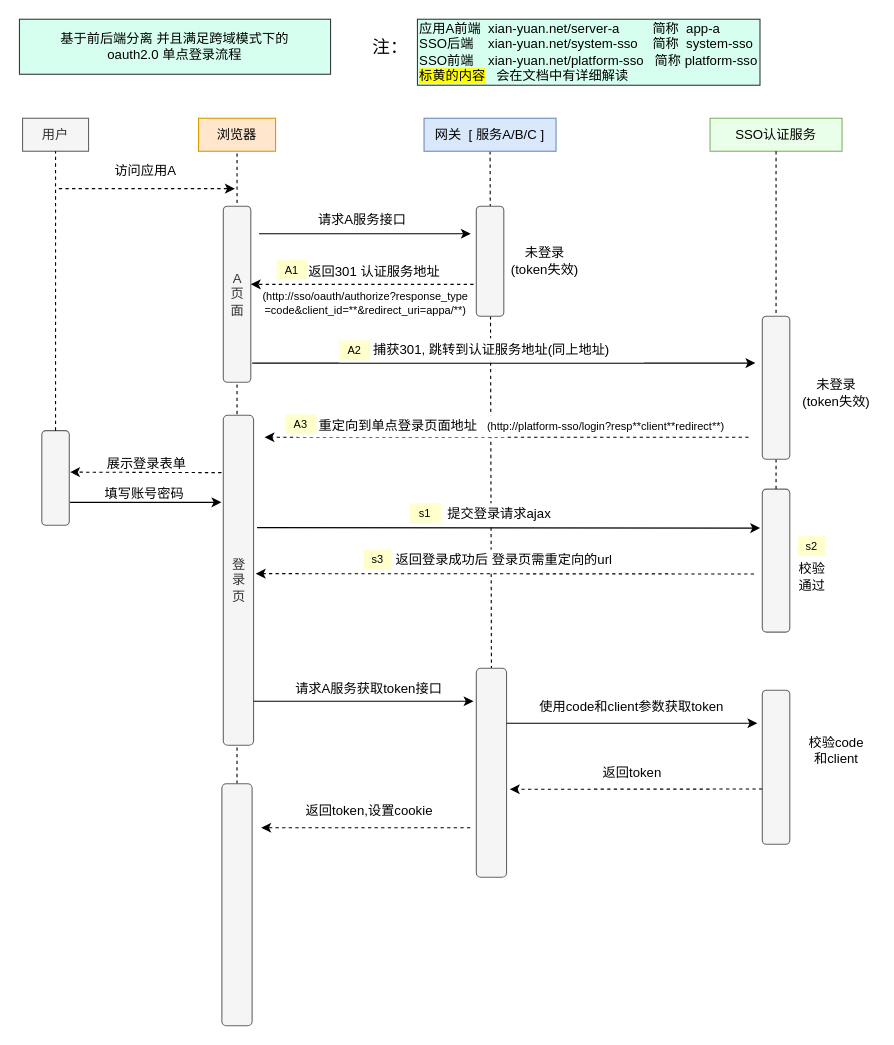
Before: drawio/sso.drawio in simon2190/tools, a draw.io diagram. Source tidied: cells renumbered, new cells numbered last; positions are measured from the earlier drawing's top-left corner, leaving out a move shared by most shapes. Both pictures are drawn from the tidied source at 110%, with x=0, y=0 at pixel (19, 19).
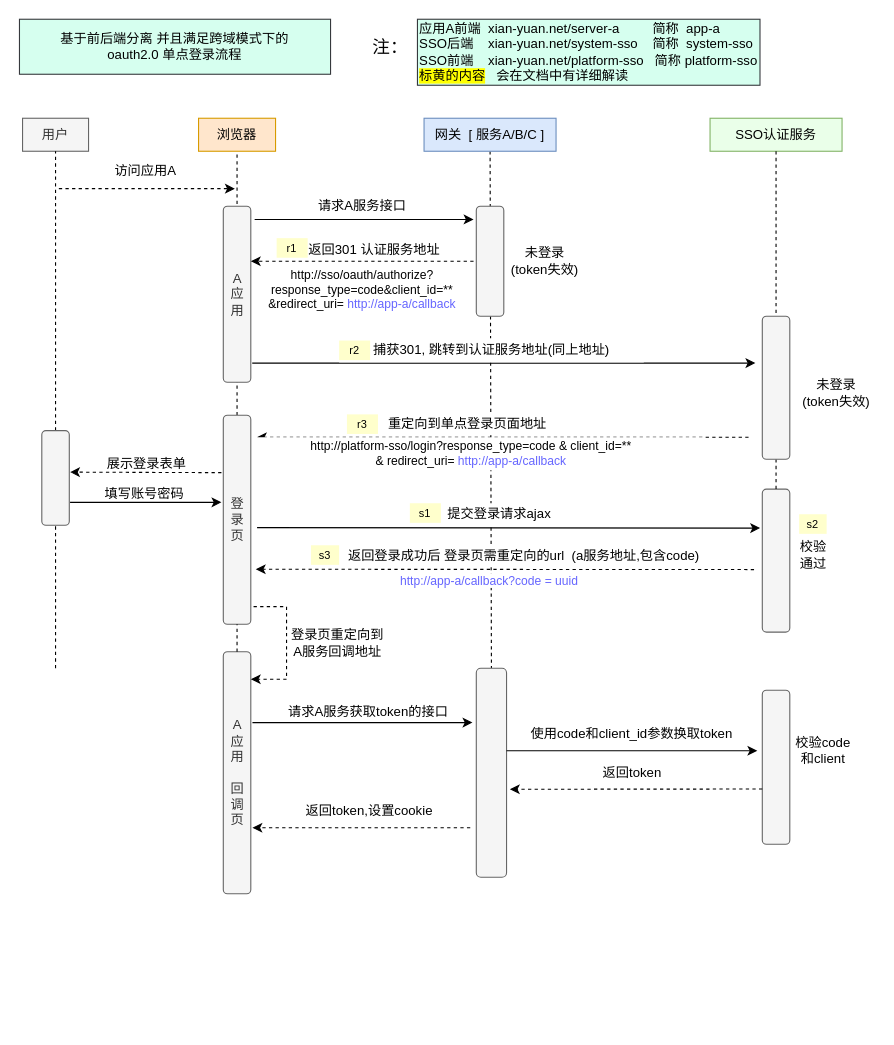
Above is the later version.

Unchanged cells that the change refers to:
```xml
<mxCell id="2" value="用户" style="rounded=0;whiteSpace=wrap;html=1;fillColor=#f5f5f5;fontColor=#333333;strokeColor=#666666;" parent="1" vertex="1">
  <mxGeometry x="3" y="90" width="60" height="30" as="geometry" />
</mxCell>
<mxCell id="3" value="浏览器" style="rounded=0;whiteSpace=wrap;html=1;fillColor=#ffe6cc;strokeColor=#d79b00;" parent="1" vertex="1">
  <mxGeometry x="163" y="90" width="70" height="30" as="geometry" />
</mxCell>
```

Change to the diagram source:
```diff
@@
-    <mxCell id="7" style="rounded=1;whiteSpace=wrap;html=1;fillColor=#f5f5f5;fontColor=#333333;strokeColor=#666666;" parent="1" vertex="1">
-      <mxGeometry x="20.5" y="374" width="25" height="86" as="geometry" />
-    </mxCell>
-    <mxCell id="8" style="endArrow=none;dashed=1;html=1;entryX=0.5;entryY=1;entryDx=0;entryDy=0;exitX=0.5;exitY=0;exitDx=0;exitDy=0;" parent="1" edge="1" source="7" target="2">
-      <mxGeometry relative="1" as="geometry" />
+    <mxCell id="8" style="endArrow=none;dashed=1;html=1;entryX=0.5;entryY=1;entryDx=0;entryDy=0;" parent="1" edge="1" target="2">
+      <mxGeometry relative="1" as="geometry">
+        <mxPoint x="33" y="590" as="sourcePoint" />
+      </mxGeometry>
     </mxCell>
-    <mxCell id="9" style="edgeStyle=none;html=1;entryX=0.5;entryY=1;entryDx=0;entryDy=0;dashed=1;endArrow=none;endFill=0;" parent="1" edge="1" source="46" target="3">
+    <mxCell id="9" style="edgeStyle=none;html=1;entryX=0.5;entryY=1;entryDx=0;entryDy=0;dashed=1;endArrow=none;endFill=0;startArrow=none;" parent="1" edge="1" source="19" target="3">
       <mxGeometry relative="1" as="geometry" />
     </mxCell>
-    <mxCell id="10" value="A&lt;br&gt;页面" style="rounded=1;whiteSpace=wrap;html=1;fillColor=#f5f5f5;fontColor=#333333;strokeColor=#666666;" parent="1" vertex="1">
+    <mxCell id="10" value="A&lt;br&gt;应用" style="rounded=1;whiteSpace=wrap;html=1;fillColor=#f5f5f5;fontColor=#333333;strokeColor=#666666;" parent="1" vertex="1">
       <mxGeometry x="185.5" y="170" width="25" height="160" as="geometry" />
     </mxCell>
@@
     <mxCell id="14" style="endArrow=classic;html=1;entryX=0;entryY=0.25;entryDx=0;entryDy=0;" parent="1" edge="1">
       <mxGeometry relative="1" as="geometry">
-        <mxPoint x="218" y="195" as="sourcePoint" />
-        <mxPoint x="410.5" y="195" as="targetPoint" />
+        <mxPoint x="214" y="182" as="sourcePoint" />
+        <mxPoint x="413" y="182" as="targetPoint" />
       </mxGeometry>
     </mxCell>
     <mxCell id="15" value="请求A服务接口" style="text;html=1;strokeColor=none;fillColor=none;align=center;verticalAlign=middle;whiteSpace=wrap;rounded=0;" parent="1" vertex="1">
-      <mxGeometry x="262" y="173" width="100" height="20" as="geometry" />
+      <mxGeometry x="262" y="160" width="100" height="20" as="geometry" />
     </mxCell>
     <mxCell id="16" style="endArrow=classic;html=1;dashed=1;exitX=0;exitY=0.75;exitDx=0;exitDy=0;entryX=1;entryY=0.75;entryDx=0;entryDy=0;" parent="1" edge="1">
       <mxGeometry relative="1" as="geometry">
-        <mxPoint x="413" y="241" as="sourcePoint" />
-        <mxPoint x="210.5" y="241" as="targetPoint" />
+        <mxPoint x="413" y="220" as="sourcePoint" />
+        <mxPoint x="210.5" y="220" as="targetPoint" />
       </mxGeometry>
     </mxCell>
@@
     <mxCell id="18" value="返回301 认证服务地址" style="text;html=1;strokeColor=none;fillColor=none;align=center;verticalAlign=middle;whiteSpace=wrap;rounded=0;" parent="1" vertex="1">
-      <mxGeometry x="252.8" y="219" width="140" height="21" as="geometry" />
+      <mxGeometry x="252.8" y="199" width="140" height="21" as="geometry" />
     </mxCell>
-    <mxCell id="19" value="登&lt;br&gt;录&lt;br&gt;页" style="rounded=1;whiteSpace=wrap;html=1;fillColor=#f5f5f5;fontColor=#333333;strokeColor=#666666;" parent="1" vertex="1">
-      <mxGeometry x="185.5" y="360" width="27.5" height="300" as="geometry" />
-    </mxCell>
@@
     <mxCell id="23" style="endArrow=classic;html=1;dashed=1;" parent="1" edge="1">
       <mxGeometry relative="1" as="geometry">
         <mxPoint x="663" y="380" as="sourcePoint" />
-        <mxPoint x="223" y="380" as="targetPoint" />
+        <mxPoint x="216" y="380" as="targetPoint" />
       </mxGeometry>
     </mxCell>
     <mxCell id="24" value="重定向到单点登录页面地址&amp;nbsp;&amp;nbsp;" style="text;html=1;strokeColor=none;fillColor=#FFFFFF;align=center;verticalAlign=middle;whiteSpace=wrap;rounded=0;" parent="1" vertex="1">
-      <mxGeometry x="253" y="360" width="190" height="20" as="geometry" />
+      <mxGeometry x="315.5" y="358.1" width="190" height="20" as="geometry" />
     </mxCell>
@@
     <mxCell id="32" value="校验通过" style="text;html=1;strokeColor=none;fillColor=none;align=left;verticalAlign=middle;whiteSpace=wrap;rounded=0;" parent="1" vertex="1">
-      <mxGeometry x="707" y="482.2" width="32.5" height="50" as="geometry" />
+      <mxGeometry x="708" y="462.2" width="32.5" height="50" as="geometry" />
     </mxCell>
     <mxCell id="33" style="endArrow=classic;html=1;dashed=1;entryX=1.084;entryY=0.275;entryDx=0;entryDy=0;entryPerimeter=0;" parent="1" edge="1">
       <mxGeometry relative="1" as="geometry">
-        <mxPoint x="668" y="504.3" as="sourcePoint" />
-        <mxPoint x="215" y="504" as="targetPoint" />
+        <mxPoint x="668" y="500.3" as="sourcePoint" />
+        <mxPoint x="215" y="500" as="targetPoint" />
       </mxGeometry>
     </mxCell>
@@
     <mxCell id="38" style="endArrow=classic;html=1;" parent="1" edge="1">
       <mxGeometry relative="1" as="geometry">
-        <mxPoint x="213" y="620" as="sourcePoint" />
-        <mxPoint x="413" y="620" as="targetPoint" />
+        <mxPoint x="212" y="639.4" as="sourcePoint" />
+        <mxPoint x="412" y="639.4" as="targetPoint" />
       </mxGeometry>
     </mxCell>
-    <mxCell id="39" value="请求A服务获取token接口" style="text;html=1;strokeColor=none;fillColor=none;align=center;verticalAlign=middle;whiteSpace=wrap;rounded=0;" parent="1" vertex="1">
-      <mxGeometry x="223" y="599" width="190" height="20" as="geometry" />
+    <mxCell id="39" value="请求A服务获取token的接口" style="text;html=1;strokeColor=none;fillColor=none;align=center;verticalAlign=middle;whiteSpace=wrap;rounded=0;" parent="1" vertex="1">
+      <mxGeometry x="241.8" y="620" width="151" height="20" as="geometry" />
     </mxCell>
@@
     <mxCell id="41" style="endArrow=classic;html=1;" parent="1" edge="1">
       <mxGeometry relative="1" as="geometry">
-        <mxPoint x="443" y="640" as="sourcePoint" />
-        <mxPoint x="671" y="640" as="targetPoint" />
+        <mxPoint x="443" y="665" as="sourcePoint" />
+        <mxPoint x="671" y="665" as="targetPoint" />
       </mxGeometry>
     </mxCell>
-    <mxCell id="42" value="使用code和client参数获取token" style="text;html=1;strokeColor=none;fillColor=none;align=center;verticalAlign=middle;whiteSpace=wrap;rounded=0;" parent="1" vertex="1">
-      <mxGeometry x="462" y="615" width="190" height="20" as="geometry" />
+    <mxCell id="42" value="使用code和client_id参数换取token" style="text;html=1;strokeColor=none;fillColor=none;align=center;verticalAlign=middle;whiteSpace=wrap;rounded=0;" parent="1" vertex="1">
+      <mxGeometry x="462" y="640" width="190" height="20" as="geometry" />
     </mxCell>
     <mxCell id="43" value="校验code和client" style="text;html=1;strokeColor=none;fillColor=none;align=center;verticalAlign=middle;whiteSpace=wrap;rounded=0;" parent="1" vertex="1">
-      <mxGeometry x="713" y="650" width="60" height="30" as="geometry" />
+      <mxGeometry x="700.5" y="650" width="60" height="30" as="geometry" />
     </mxCell>
@@
-    <mxCell id="46" style="rounded=1;whiteSpace=wrap;html=1;fillColor=#f5f5f5;fontColor=#333333;strokeColor=#666666;" parent="1" vertex="1">
-      <mxGeometry x="184.2" y="695" width="27.5" height="220" as="geometry" />
+    <mxCell id="46" value="A&lt;br&gt;应&lt;br&gt;用&lt;br&gt;&lt;br&gt;回调页" style="rounded=1;whiteSpace=wrap;html=1;fillColor=#f5f5f5;fontColor=#333333;strokeColor=#666666;" parent="1" vertex="1">
+      <mxGeometry x="185.5" y="575" width="25" height="220" as="geometry" />
     </mxCell>
     <mxCell id="47" style="endArrow=classic;html=1;dashed=1;" parent="1" edge="1">
       <mxGeometry relative="1" as="geometry">
         <mxPoint x="410" y="735" as="sourcePoint" />
-        <mxPoint x="220" y="735" as="targetPoint" />
+        <mxPoint x="212" y="735" as="targetPoint" />
       </mxGeometry>
     </mxCell>
@@
-    <mxCell id="50" value="返回登录成功后 登录页需重定向的url" style="text;html=1;strokeColor=none;fillColor=#FFFFFF;align=center;verticalAlign=middle;whiteSpace=wrap;rounded=0;" parent="1" vertex="1">
-      <mxGeometry x="285" y="482.2" width="312" height="20" as="geometry" />
+    <mxCell id="50" value="返回登录成功后 登录页需重定向的url&amp;nbsp; (a服务地址,包含code)" style="text;html=1;strokeColor=none;fillColor=#FFFFFF;align=center;verticalAlign=middle;whiteSpace=wrap;rounded=0;" parent="1" vertex="1">
+      <mxGeometry x="285" y="478.2" width="348" height="20" as="geometry" />
     </mxCell>
@@
     <mxCell id="52" value="s2" style="text;html=1;strokeColor=none;fillColor=#FFFFCC;align=center;verticalAlign=middle;whiteSpace=wrap;rounded=0;shadow=0;sketch=0;fontSize=10;" parent="1" vertex="1">
-      <mxGeometry x="708" y="470" width="25" height="17.8" as="geometry" />
+      <mxGeometry x="709" y="450" width="25" height="17.8" as="geometry" />
     </mxCell>
     <mxCell id="53" value="s3" style="text;html=1;strokeColor=none;fillColor=#FFFFCC;align=center;verticalAlign=middle;whiteSpace=wrap;rounded=0;shadow=0;sketch=0;fontSize=10;" parent="1" vertex="1">
-      <mxGeometry x="313" y="482.2" width="25.6" height="17.8" as="geometry" />
+      <mxGeometry x="265.2" y="478.2" width="25.6" height="17.8" as="geometry" />
     </mxCell>
@@
-    <mxCell id="55" value="(http://sso/oauth/authorize?response_type&lt;br&gt;=code&amp;amp;client_id=**&amp;amp;redirect_uri=appa/**)" style="text;html=1;strokeColor=none;fillColor=none;align=center;verticalAlign=middle;whiteSpace=wrap;rounded=0;fontSize=10;" parent="1" vertex="1">
-      <mxGeometry x="215" y="242" width="200" height="31" as="geometry" />
+    <mxCell id="55" value="http://sso/oauth/authorize?&lt;br style=&quot;font-size: 11px&quot;&gt;response_type=code&amp;amp;client_id=**&lt;br style=&quot;font-size: 11px&quot;&gt;&amp;amp;redirect_uri=&amp;nbsp;&lt;font color=&quot;#6666ff&quot;&gt;http://app-a/callback&lt;/font&gt;" style="text;html=1;strokeColor=none;fillColor=none;align=center;verticalAlign=middle;whiteSpace=wrap;rounded=0;fontSize=11;" parent="1" vertex="1">
+      <mxGeometry x="212" y="230" width="200" height="31" as="geometry" />
     </mxCell>
-    <mxCell id="56" value="&lt;font style=&quot;font-size: 10px&quot;&gt;(http://platform-sso/login?resp**client**redirect**)&lt;/font&gt;" style="text;html=1;strokeColor=none;fillColor=none;align=center;verticalAlign=middle;whiteSpace=wrap;rounded=0;" parent="1" vertex="1">
-      <mxGeometry x="423" y="360" width="221" height="20" as="geometry" />
+    <mxCell id="56" value="&lt;font style=&quot;font-size: 11px&quot;&gt;http://platform-sso/login?response_type=code &amp;amp; client_id=** &lt;br&gt;&amp;amp; redirect_uri=&amp;nbsp;&lt;/font&gt;&lt;font color=&quot;#6666ff&quot;&gt;http://app-a/callback&lt;/font&gt;" style="text;html=1;strokeColor=none;fillColor=default;align=center;verticalAlign=middle;whiteSpace=wrap;rounded=0;fontSize=11;" parent="1" vertex="1">
+      <mxGeometry x="199" y="380" width="424" height="30" as="geometry" />
     </mxCell>
-    <mxCell id="57" value="A2" style="text;html=1;strokeColor=none;fillColor=#FFFFCC;align=center;verticalAlign=middle;whiteSpace=wrap;rounded=0;shadow=0;sketch=0;fontSize=10;" parent="1" vertex="1">
+    <mxCell id="57" value="r2" style="text;html=1;strokeColor=none;fillColor=#FFFFCC;align=center;verticalAlign=middle;whiteSpace=wrap;rounded=0;shadow=0;sketch=0;fontSize=10;" parent="1" vertex="1">
       <mxGeometry x="290.8" y="292.1" width="28.2" height="17.8" as="geometry" />
     </mxCell>
-    <mxCell id="58" value="A3" style="text;html=1;strokeColor=none;fillColor=#FFFFCC;align=center;verticalAlign=middle;whiteSpace=wrap;rounded=0;shadow=0;sketch=0;fontSize=10;" parent="1" vertex="1">
-      <mxGeometry x="242" y="359.2" width="28.2" height="17.8" as="geometry" />
+    <mxCell id="58" value="r3" style="text;html=1;strokeColor=none;fillColor=#FFFFCC;align=center;verticalAlign=middle;whiteSpace=wrap;rounded=0;shadow=0;sketch=0;fontSize=10;" parent="1" vertex="1">
+      <mxGeometry x="297.9" y="359.2" width="28.2" height="17.8" as="geometry" />
     </mxCell>
@@
-    <mxCell id="60" value="&lt;font style=&quot;font-size: 10px&quot;&gt;A1&lt;/font&gt;" style="text;html=1;strokeColor=none;fillColor=#FFFFCC;align=center;verticalAlign=middle;whiteSpace=wrap;rounded=0;shadow=0;sketch=0;" parent="1" vertex="1">
-      <mxGeometry x="234" y="219" width="28.2" height="17.8" as="geometry" />
+    <mxCell id="60" value="&lt;span style=&quot;font-size: 10px&quot;&gt;r1&lt;/span&gt;" style="text;html=1;strokeColor=none;fillColor=#FFFFCC;align=center;verticalAlign=middle;whiteSpace=wrap;rounded=0;shadow=0;sketch=0;" parent="1" vertex="1">
+      <mxGeometry x="234" y="199" width="28.2" height="17.8" as="geometry" />
     </mxCell>
+    <mxCell id="19" value="登&lt;br&gt;录&lt;br&gt;页" style="rounded=1;whiteSpace=wrap;html=1;fillColor=#f5f5f5;fontColor=#333333;strokeColor=#666666;" parent="1" vertex="1">
+      <mxGeometry x="185.5" y="360" width="25" height="190" as="geometry" />
+    </mxCell>
+    <mxCell id="61" style="edgeStyle=none;html=1;entryX=0.5;entryY=1;entryDx=0;entryDy=0;dashed=1;endArrow=none;endFill=0;" parent="1" edge="1" source="46" target="19">
+      <mxGeometry relative="1" as="geometry" />
+    </mxCell>
+    <mxCell id="62" style="endArrow=classic;html=1;dashed=1;entryX=1;entryY=0.25;entryDx=0;entryDy=0;" parent="1" edge="1">
+      <mxGeometry relative="1" as="geometry">
+        <mxPoint x="243" y="600" as="sourcePoint" />
+        <mxPoint x="210.5" y="600" as="targetPoint" />
+      </mxGeometry>
+    </mxCell>
+    <mxCell id="63" style="endArrow=none;dashed=1;html=1;exitX=0.5;exitY=0;exitDx=0;exitDy=0;" parent="1" edge="1">
+      <mxGeometry relative="1" as="geometry">
+        <mxPoint x="213" y="534" as="sourcePoint" />
+        <mxPoint x="241" y="534" as="targetPoint" />
+      </mxGeometry>
+    </mxCell>
+    <mxCell id="64" style="endArrow=none;dashed=1;html=1;endSize=6;" parent="1" edge="1">
+      <mxGeometry relative="1" as="geometry">
+        <mxPoint x="243" y="534" as="sourcePoint" />
+        <mxPoint x="243" y="600" as="targetPoint" />
+      </mxGeometry>
+    </mxCell>
+    <mxCell id="65" value="&lt;font color=&quot;#6666ff&quot;&gt;&lt;font style=&quot;font-size: 11px&quot;&gt;&amp;nbsp;&lt;/font&gt;http://app-a/callback?code = uuid&lt;/font&gt;" style="text;html=1;strokeColor=none;fillColor=default;align=center;verticalAlign=middle;whiteSpace=wrap;rounded=0;fontSize=11;" parent="1" vertex="1">
+      <mxGeometry x="271" y="504" width="309.8" height="13" as="geometry" />
+    </mxCell>
+    <mxCell id="66" value="登录页重定向到A服务回调地址" style="text;html=1;strokeColor=none;fillColor=#FFFFFF;align=center;verticalAlign=middle;whiteSpace=wrap;rounded=0;" parent="1" vertex="1">
+      <mxGeometry x="246.4" y="534" width="86.6" height="65" as="geometry" />
+    </mxCell>
+    <mxCell id="7" style="rounded=1;whiteSpace=wrap;html=1;fillColor=#f5f5f5;fontColor=#333333;strokeColor=#666666;" parent="1" vertex="1">
+      <mxGeometry x="20.5" y="374" width="25" height="86" as="geometry" />
+    </mxCell>
```
